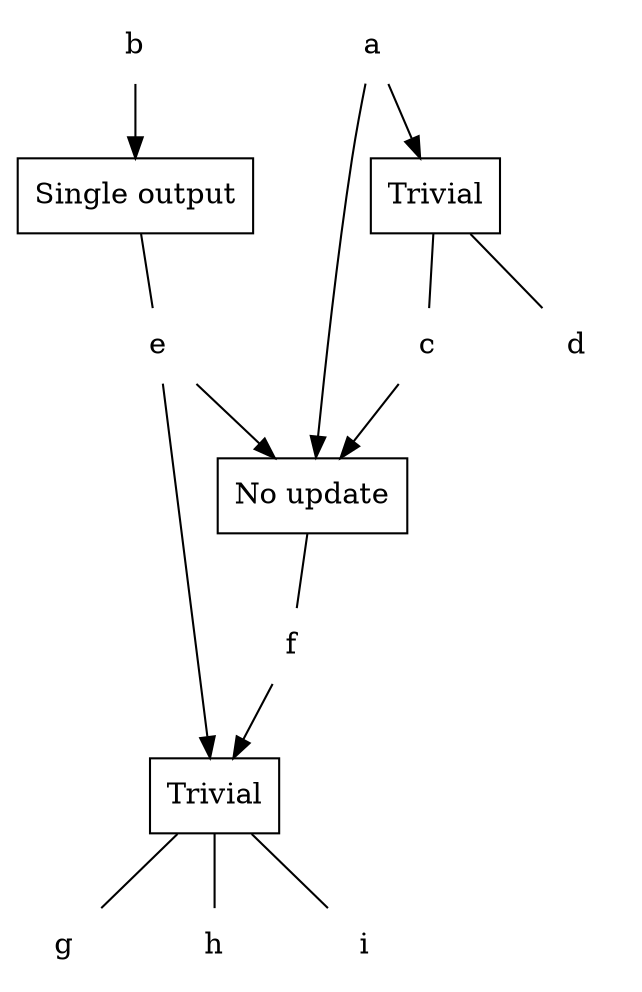
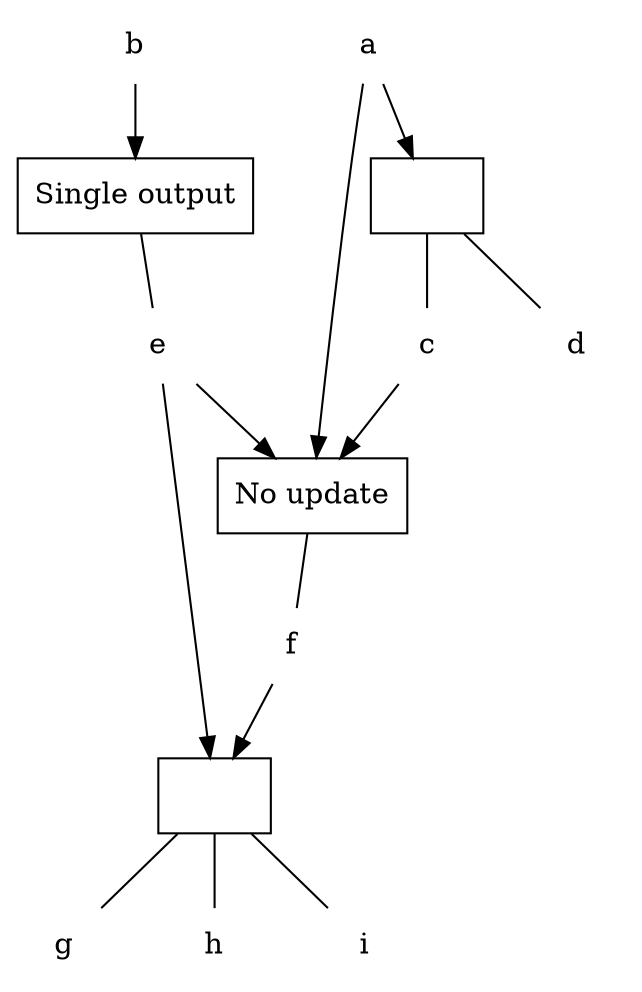
digraph G{
  bgcolor = "transparent";

  subgraph cards {
    node [shape = "box" style = "filled"];
    "1" [label = "No update" fillcolor = "transparent"];
-     "2" [label = "Trivial" fillcolor = "white"];
+     "2" [label = "" fillcolor = "white"];
    "3" [label = "Single output" fillcolor = "white"];
-     "4" [label = "Trivial" fillcolor = "white"];
+     "4" [label = "" fillcolor = "white"];
  }

  subgraph vars {
    node [shape = "none"];
    "5" [label = "f"];
    "6" [label = "c"];
    "7" [label = "d"];
    "8" [label = "e"];
    "9" [label = "g"];
    "10" [label = "h"];
    "11" [label = "i"];
    "12" [label = "a"];
    "13" [label = "b"];
  }

  edge [arrowhead = "none"];
  "1" -> {"5"};
  "2" -> {"6" "7"};
  "3" -> {"8"};
  "4" -> {"9" "10" "11"};

  edge [arrowhead = "normal"];
  "5" -> {"4"};
  "6" -> {"1"};
  "8" -> {"1" "4"};
  "12" -> {"1" "2"};
  "13" -> {"3"};
}
